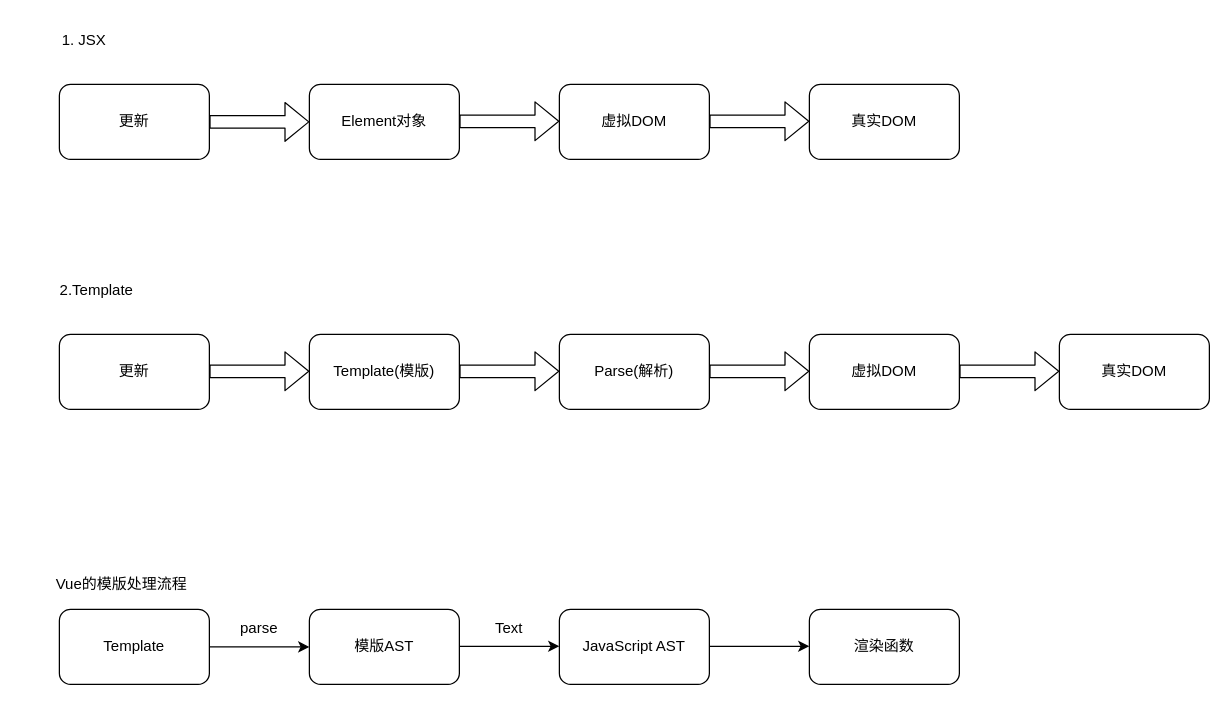
YoungMandy/Web-Front keeps this draw.io diagram as 框架设计/JSX和模版的流程对比.drawio. Above is the earlier version. Source tidied: cells renumbered, new cells numbered last; positions are measured from the earlier drawing's top-left corner, leaving out a move shared by most shapes. Both pictures are drawn from the tidied source at 125%, with x=0, y=0 at pixel (21, 21).
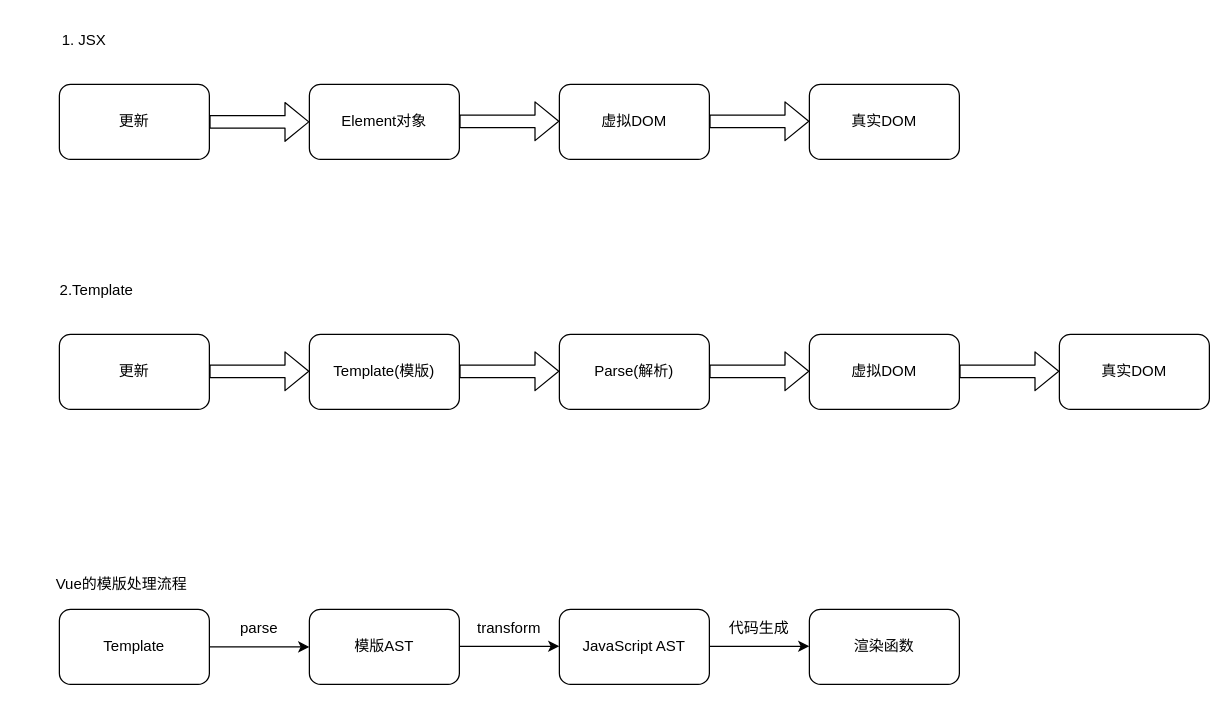
After the change.

Diff of the diagram source:
```diff
@@
-    <mxCell id="29" value="Text" style="text;html=1;strokeColor=none;fillColor=none;align=center;verticalAlign=middle;whiteSpace=wrap;rounded=0;" parent="1" vertex="1">
+    <mxCell id="29" value="transform" style="text;html=1;strokeColor=none;fillColor=none;align=center;verticalAlign=middle;whiteSpace=wrap;rounded=0;" parent="1" vertex="1">
       <mxGeometry x="360" y="470" width="60" height="30" as="geometry" />
     </mxCell>
+    <mxCell id="30" value="代码生成" style="text;html=1;strokeColor=none;fillColor=none;align=center;verticalAlign=middle;whiteSpace=wrap;rounded=0;" parent="1" vertex="1">
+      <mxGeometry x="560" y="470" width="60" height="30" as="geometry" />
+    </mxCell>
```
